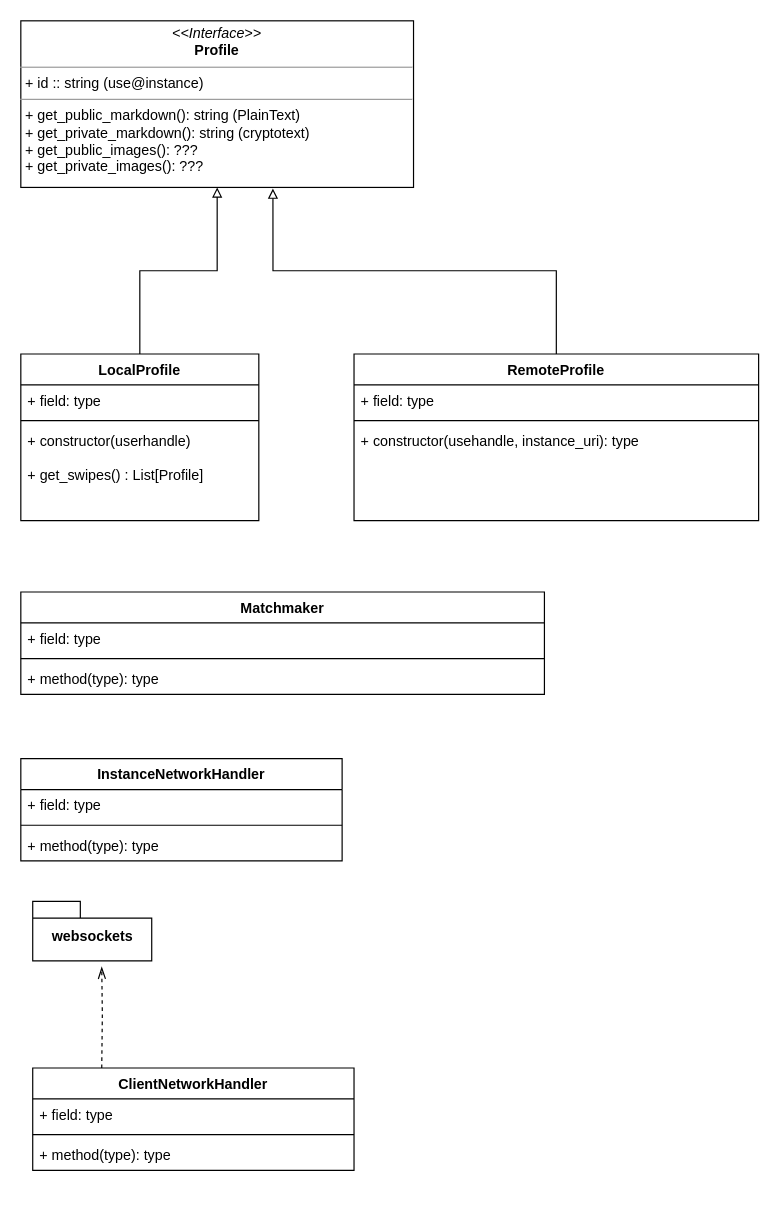
Above: fossncd-server-class-diagram.drawio in blauertee/images (draw.io), before the change. Source tidied: cells renumbered, new cells numbered last; positions are measured from the earlier drawing's top-left corner, leaving out a move shared by most shapes. Both pictures are drawn from the tidied source at 119%, with x=0, y=0 at pixel (20, 20).
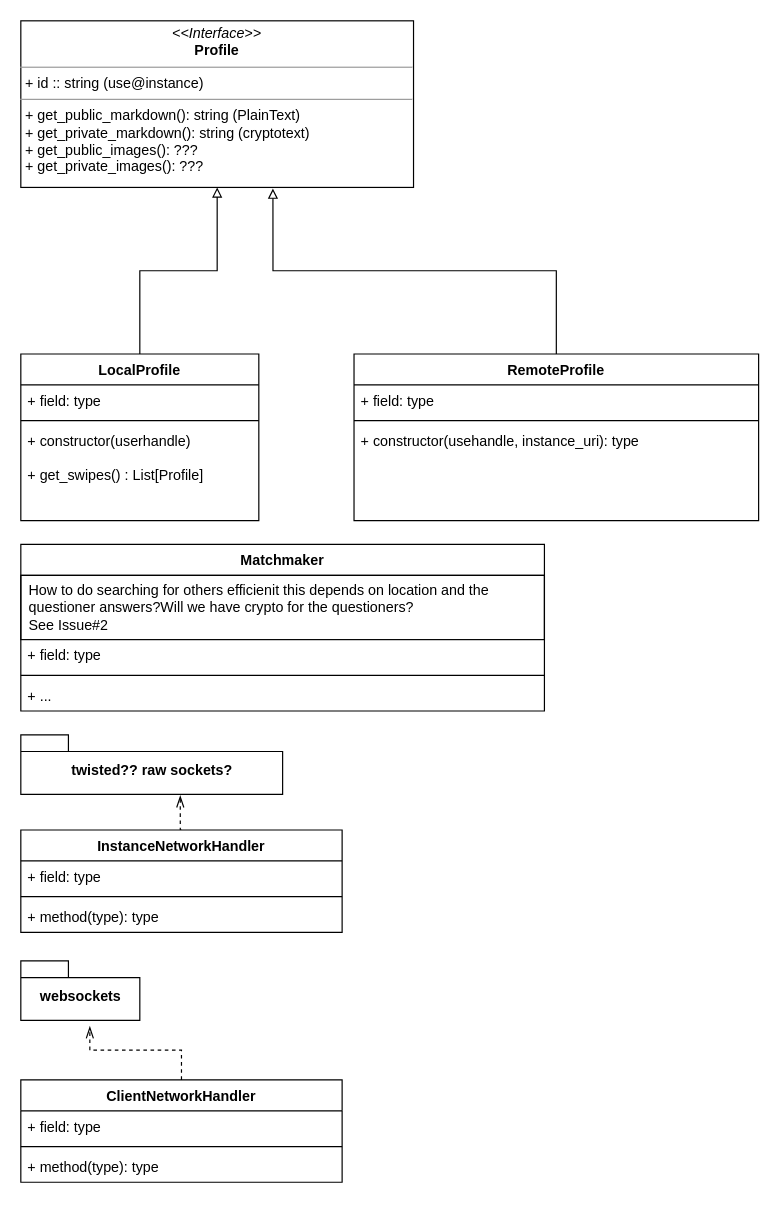
Above is the later version.

What changed in the source:
```diff
@@
     <mxCell id="13" value="Matchmaker" style="swimlane;fontStyle=1;align=center;verticalAlign=top;horizontal=1;startSize=26;" parent="1" vertex="1">
-      <mxGeometry y="480" width="440" height="86" as="geometry" />
+      <mxGeometry y="440" width="440" height="140" as="geometry" />
     </mxCell>
+    <mxCell id="27" value="How to do searching for others efficienit this depends on location and the questioner answers?Will we have crypto for the questioners? &#10;See Issue#2" style="text;fillColor=none;align=left;verticalAlign=middle;spacingLeft=5;spacingRight=4;overflow=hidden;strokeColor=#000000;fontSize=12;spacingTop=0;whiteSpace=wrap;" parent="13" vertex="1">
+      <mxGeometry y="26" width="440" height="54" as="geometry" />
+    </mxCell>
     <mxCell id="14" value="+ field: type" style="text;strokeColor=none;fillColor=none;align=left;verticalAlign=top;spacingLeft=4;spacingRight=4;overflow=hidden;" parent="13" vertex="1">
-      <mxGeometry y="26" width="440" height="26" as="geometry" />
+      <mxGeometry y="80" width="440" height="26" as="geometry" />
     </mxCell>
     <mxCell id="15" style="line;strokeWidth=1;fillColor=none;align=left;verticalAlign=middle;spacingTop=-1;spacingLeft=3;spacingRight=3;labelPosition=right;" parent="13" vertex="1">
-      <mxGeometry y="52" width="440" height="8" as="geometry" />
+      <mxGeometry y="106" width="440" height="8" as="geometry" />
     </mxCell>
-    <mxCell id="16" value="+ method(type): type" style="text;strokeColor=none;fillColor=none;align=left;verticalAlign=top;spacingLeft=4;spacingRight=4;overflow=hidden;" parent="13" vertex="1">
-      <mxGeometry y="60" width="440" height="26" as="geometry" />
+    <mxCell id="16" value="+ ..." style="text;strokeColor=none;fillColor=none;align=left;verticalAlign=top;spacingLeft=4;spacingRight=4;overflow=hidden;" parent="13" vertex="1">
+      <mxGeometry y="114" width="440" height="26" as="geometry" />
     </mxCell>
+    <mxCell id="28" style="edgeStyle=orthogonalEdgeStyle;rounded=0;jettySize=auto;html=1;exitX=0.5;exitY=0;exitDx=0;exitDy=0;entryX=0.609;entryY=1.02;entryDx=0;entryDy=0;entryPerimeter=0;dashed=1;endArrow=openThin;endFill=0;endSize=8;" parent="1" edge="1" source="17" target="29">
+      <mxGeometry relative="1" as="geometry" />
+    </mxCell>
     <mxCell id="17" value="InstanceNetworkHandler" style="swimlane;fontStyle=1;align=center;verticalAlign=top;horizontal=1;startSize=26;" parent="1" vertex="1">
-      <mxGeometry y="620" width="270" height="86" as="geometry" />
+      <mxGeometry y="680" width="270" height="86" as="geometry" />
     </mxCell>
@@
-    <mxCell id="21" style="edgeStyle=orthogonalEdgeStyle;rounded=0;jettySize=auto;html=1;entryX=0.58;entryY=1.1;entryDx=0;entryDy=0;entryPerimeter=0;endArrow=openThin;endFill=0;dashed=1;endSize=8;" parent="1" edge="1" target="26">
-      <mxGeometry relative="1" as="geometry">
-        <mxPoint x="68" y="880" as="sourcePoint" />
-      </mxGeometry>
+    <mxCell id="21" style="edgeStyle=orthogonalEdgeStyle;rounded=0;jettySize=auto;html=1;entryX=0.58;entryY=1.1;entryDx=0;entryDy=0;entryPerimeter=0;endArrow=openThin;endFill=0;dashed=1;endSize=8;" parent="1" edge="1" source="22" target="26">
+      <mxGeometry relative="1" as="geometry" />
     </mxCell>
     <mxCell id="22" value="ClientNetworkHandler" style="swimlane;fontStyle=1;align=center;verticalAlign=top;horizontal=1;startSize=26;" parent="1" vertex="1">
-      <mxGeometry x="10" y="880" width="270" height="86" as="geometry" />
+      <mxGeometry y="890" width="270" height="86" as="geometry" />
     </mxCell>
@@
     <mxCell id="26" value="websockets" style="shape=folder;fontStyle=1;spacingTop=10;tabWidth=40;tabHeight=14;tabPosition=left;html=1;" parent="1" vertex="1">
-      <mxGeometry x="10" y="740" width="100" height="50" as="geometry" />
+      <mxGeometry y="790" width="100" height="50" as="geometry" />
     </mxCell>
+    <mxCell id="29" value="twisted?? raw sockets?" style="shape=folder;fontStyle=1;spacingTop=10;tabWidth=40;tabHeight=14;tabPosition=left;html=1;" parent="1" vertex="1">
+      <mxGeometry y="600" width="220" height="50" as="geometry" />
+    </mxCell>
```
